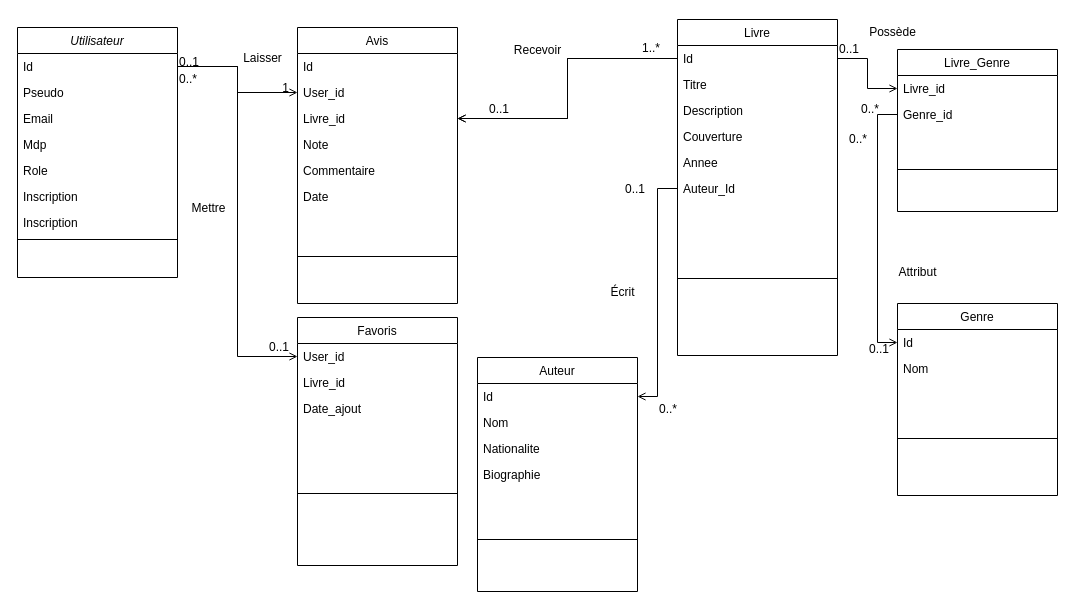
Earlier version of the draw.io diagram OneBakaBook_UML.drawio (Xeno9520/OneBakaBook). Source tidied: cells renumbered, new cells numbered last; positions are measured from the earlier drawing's top-left corner, leaving out a move shared by most shapes. Both pictures are drawn from the tidied source at 100%, with x=0, y=0 at pixel (17, 17).
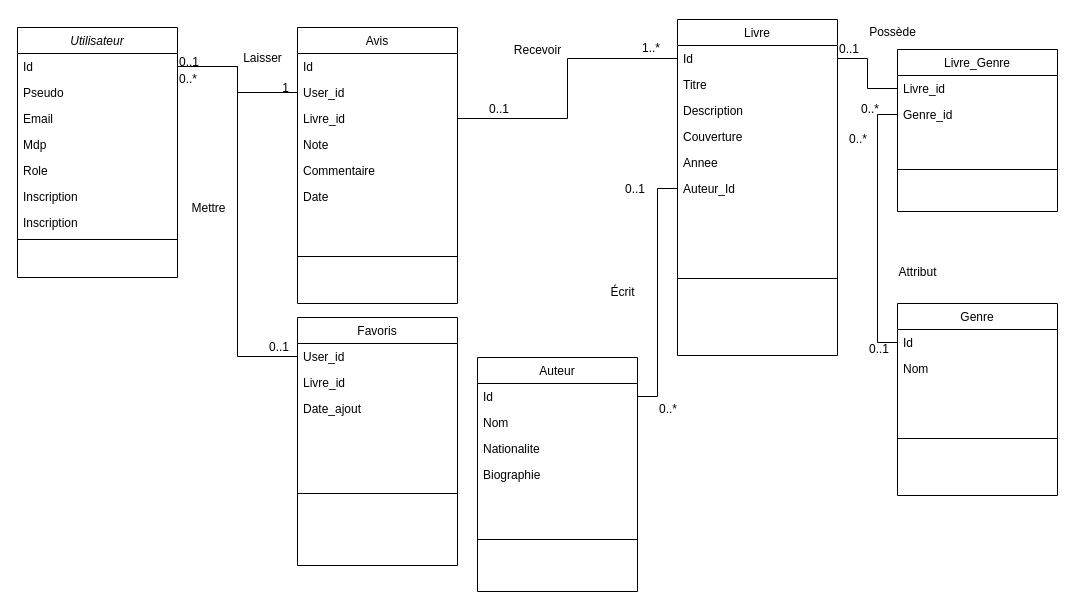
After the change.

Commit message:
REFACTOR : Mise à jour des flèches

The change refers to these unchanged cells:
```xml
<mxCell id="3" value="Id" style="text;align=left;verticalAlign=top;spacingLeft=4;spacingRight=4;overflow=hidden;points=[[0,0.5],[1,0.5]];portConstraint=eastwest;" parent="2" vertex="1">
  <mxGeometry y="26" width="160" height="26" as="geometry" />
</mxCell>
<mxCell id="12" value="User_id" style="text;align=left;verticalAlign=top;spacingLeft=4;spacingRight=4;overflow=hidden;points=[[0,0.5],[1,0.5]];portConstraint=eastwest;" parent="11" vertex="1">
  <mxGeometry y="26" width="160" height="26" as="geometry" />
</mxCell>
<mxCell id="18" value="User_id" style="text;align=left;verticalAlign=top;spacingLeft=4;spacingRight=4;overflow=hidden;points=[[0,0.5],[1,0.5]];portConstraint=eastwest;" parent="16" vertex="1">
  <mxGeometry y="52" width="160" height="26" as="geometry" />
</mxCell>
<mxCell id="19" value="Livre_id" style="text;align=left;verticalAlign=top;spacingLeft=4;spacingRight=4;overflow=hidden;points=[[0,0.5],[1,0.5]];portConstraint=eastwest;" parent="16" vertex="1">
  <mxGeometry y="78" width="160" height="26" as="geometry" />
</mxCell>
<mxCell id="25" value="Id" style="text;align=left;verticalAlign=top;spacingLeft=4;spacingRight=4;overflow=hidden;points=[[0,0.5],[1,0.5]];portConstraint=eastwest;" parent="24" vertex="1">
  <mxGeometry y="26" width="160" height="26" as="geometry" />
</mxCell>
<mxCell id="30" value="Auteur_Id" style="text;align=left;verticalAlign=top;spacingLeft=4;spacingRight=4;overflow=hidden;points=[[0,0.5],[1,0.5]];portConstraint=eastwest;" parent="24" vertex="1">
  <mxGeometry y="156" width="160" height="26" as="geometry" />
</mxCell>
<mxCell id="33" value="Livre_id" style="text;align=left;verticalAlign=top;spacingLeft=4;spacingRight=4;overflow=hidden;points=[[0,0.5],[1,0.5]];portConstraint=eastwest;" parent="32" vertex="1">
  <mxGeometry y="26" width="160" height="26" as="geometry" />
</mxCell>
<mxCell id="34" value="Genre_id" style="text;align=left;verticalAlign=top;spacingLeft=4;spacingRight=4;overflow=hidden;points=[[0,0.5],[1,0.5]];portConstraint=eastwest;" parent="32" vertex="1">
  <mxGeometry y="52" width="160" height="26" as="geometry" />
</mxCell>
<mxCell id="37" value="Id" style="text;align=left;verticalAlign=top;spacingLeft=4;spacingRight=4;overflow=hidden;points=[[0,0.5],[1,0.5]];portConstraint=eastwest;" parent="36" vertex="1">
  <mxGeometry y="26" width="160" height="26" as="geometry" />
</mxCell>
<mxCell id="41" value="Id" style="text;align=left;verticalAlign=top;spacingLeft=4;spacingRight=4;overflow=hidden;points=[[0,0.5],[1,0.5]];portConstraint=eastwest;" parent="40" vertex="1">
  <mxGeometry y="26" width="160" height="26" as="geometry" />
</mxCell>
```

The edit, as a diff of the source:
```diff
@@
-    <mxCell id="46" style="endArrow=open;shadow=0;strokeWidth=1;rounded=0;curved=0;endFill=1;edgeStyle=elbowEdgeStyle;elbow=vertical;exitX=1;exitY=0.5;exitDx=0;exitDy=0;" parent="1" edge="1" source="3" target="18">
+    <mxCell id="46" style="endArrow=none;shadow=0;strokeWidth=1;rounded=0;curved=0;endFill=1;edgeStyle=elbowEdgeStyle;elbow=vertical;exitX=1;exitY=0.5;exitDx=0;exitDy=0;startFill=0;" parent="1" edge="1" source="3" target="18">
       <mxGeometry x="0.5" y="41" relative="1" as="geometry">
         <mxPoint x="-40" y="32" as="offset" />
       </mxGeometry>
     </mxCell>
@@
-    <mxCell id="50" style="edgeStyle=orthogonalEdgeStyle;rounded=0;jettySize=auto;html=1;exitX=1;exitY=0.5;exitDx=0;exitDy=0;endArrow=open;endFill=0;" parent="1" edge="1" source="3" target="12">
+    <mxCell id="50" style="edgeStyle=orthogonalEdgeStyle;rounded=0;jettySize=auto;html=1;exitX=1;exitY=0.5;exitDx=0;exitDy=0;endArrow=none;endFill=0;startFill=0;" parent="1" edge="1" source="3" target="12">
       <mxGeometry relative="1" as="geometry" />
     </mxCell>
@@
-    <mxCell id="52" style="edgeStyle=orthogonalEdgeStyle;rounded=0;jettySize=auto;html=1;exitX=0;exitY=0.5;exitDx=0;exitDy=0;endArrow=open;endFill=0;" parent="1" edge="1" source="25" target="19">
+    <mxCell id="52" style="edgeStyle=orthogonalEdgeStyle;rounded=0;jettySize=auto;html=1;exitX=0;exitY=0.5;exitDx=0;exitDy=0;endArrow=none;endFill=0;startFill=0;" parent="1" edge="1" source="25" target="19">
       <mxGeometry relative="1" as="geometry" />
     </mxCell>
@@
-    <mxCell id="55" style="edgeStyle=orthogonalEdgeStyle;rounded=0;jettySize=auto;html=1;endArrow=open;endFill=0;" parent="1" edge="1" source="25" target="19">
-      <mxGeometry relative="1" as="geometry" />
-    </mxCell>
-    <mxCell id="56" style="edgeStyle=orthogonalEdgeStyle;rounded=0;jettySize=auto;html=1;exitX=0;exitY=0.5;exitDx=0;exitDy=0;endArrow=open;endFill=0;" parent="1" edge="1" source="30" target="41">
+    <mxCell id="56" style="edgeStyle=orthogonalEdgeStyle;rounded=0;jettySize=auto;html=1;exitX=0;exitY=0.5;exitDx=0;exitDy=0;endArrow=none;endFill=0;startFill=0;" parent="1" edge="1" source="30" target="41">
       <mxGeometry relative="1" as="geometry" />
     </mxCell>
@@
-    <mxCell id="58" style="edgeStyle=orthogonalEdgeStyle;rounded=0;jettySize=auto;html=1;endArrow=open;endFill=0;" parent="1" edge="1" source="25" target="33">
+    <mxCell id="58" style="edgeStyle=orthogonalEdgeStyle;rounded=0;jettySize=auto;html=1;endArrow=none;endFill=0;startFill=0;" parent="1" edge="1" source="25" target="33">
       <mxGeometry relative="1" as="geometry" />
     </mxCell>
-    <mxCell id="59" style="edgeStyle=orthogonalEdgeStyle;rounded=0;jettySize=auto;html=1;exitX=0;exitY=0.5;exitDx=0;exitDy=0;entryX=0;entryY=0.5;entryDx=0;entryDy=0;endArrow=open;endFill=0;" parent="1" edge="1" source="34" target="37">
+    <mxCell id="59" style="edgeStyle=orthogonalEdgeStyle;rounded=0;jettySize=auto;html=1;exitX=0;exitY=0.5;exitDx=0;exitDy=0;entryX=0;entryY=0.5;entryDx=0;entryDy=0;endArrow=none;endFill=0;startFill=0;" parent="1" edge="1" source="34" target="37">
       <mxGeometry relative="1" as="geometry" />
     </mxCell>
```
